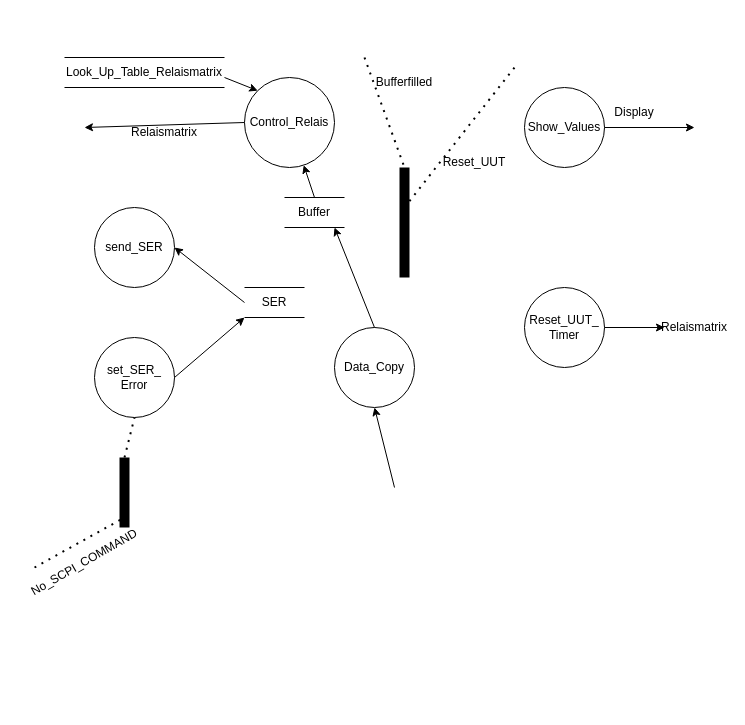
Earlier version of the draw.io diagram DatenflussDiagramm.drawio (Lostqw1/Funfun). Source tidied: cells renumbered, new cells numbered last; positions are measured from the earlier drawing's top-left corner, leaving out a move shared by most shapes. Both pictures are drawn from the tidied source at 100%, with x=0, y=0 at pixel (34, 57).
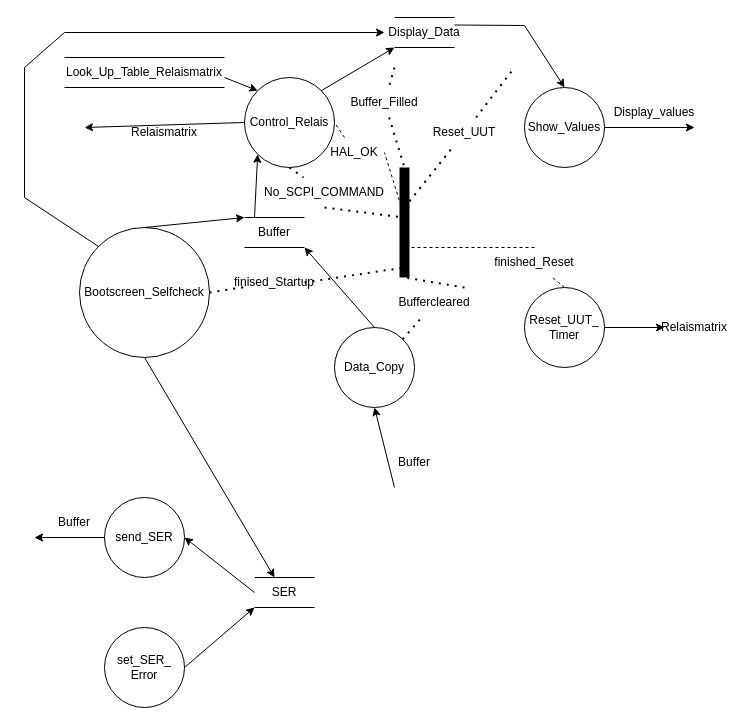
The same diagram, later.

The change refers to these unchanged cells:
```xml
<mxCell id="2" value="Control_Relais" style="ellipse;whiteSpace=wrap;html=1;" parent="1" vertex="1">
  <mxGeometry x="210" y="20" width="90" height="90" as="geometry" />
</mxCell>
<mxCell id="7" value="Show_Values" style="ellipse;whiteSpace=wrap;html=1;" parent="1" vertex="1">
  <mxGeometry x="490" y="30" width="80" height="80" as="geometry" />
</mxCell>
<mxCell id="27" value="Reset_UUT_&lt;br&gt;Timer" style="ellipse;whiteSpace=wrap;html=1;" parent="1" vertex="1">
  <mxGeometry x="490" y="230" width="80" height="80" as="geometry" />
</mxCell>
<mxCell id="33" value="Data_Copy" style="ellipse;whiteSpace=wrap;html=1;" parent="1" vertex="1">
  <mxGeometry x="300" y="270" width="80" height="80" as="geometry" />
</mxCell>
```

What changed in the source:
```diff
@@
     <mxCell id="9" value="send_SER" style="ellipse;whiteSpace=wrap;html=1;" parent="1" vertex="1">
-      <mxGeometry x="60" y="150" width="80" height="80" as="geometry" />
+      <mxGeometry x="70" y="440" width="80" height="80" as="geometry" />
     </mxCell>
     <mxCell id="10" value="SER" style="text;html=1;strokeColor=none;fillColor=none;align=center;verticalAlign=middle;whiteSpace=wrap;rounded=0;" parent="1" vertex="1">
-      <mxGeometry x="210" y="230" width="60" height="30" as="geometry" />
+      <mxGeometry x="220" y="520" width="60" height="30" as="geometry" />
     </mxCell>
@@
     <mxCell id="14" value="set_SER_&lt;br&gt;Error&lt;br&gt;" style="ellipse;whiteSpace=wrap;html=1;" parent="1" vertex="1">
-      <mxGeometry x="60" y="280" width="80" height="80" as="geometry" />
+      <mxGeometry x="70" y="570" width="80" height="80" as="geometry" />
     </mxCell>
@@
-    <mxCell id="17" style="endArrow=none;dashed=1;html=1;dashPattern=1 3;strokeWidth=2;rounded=0;" parent="1" edge="1">
+    <mxCell id="17" style="endArrow=none;dashed=1;html=1;dashPattern=1 3;strokeWidth=2;rounded=0;startArrow=none;" parent="1" edge="1" source="18">
       <mxGeometry relative="1" as="geometry">
-        <mxPoint x="330" as="sourcePoint" />
         <mxPoint x="370" y="110" as="targetPoint" />
       </mxGeometry>
     </mxCell>
-    <mxCell id="18" value="Bufferfilled" style="text;html=1;strokeColor=none;fillColor=none;align=center;verticalAlign=middle;whiteSpace=wrap;rounded=0;" parent="1" vertex="1">
-      <mxGeometry x="340" y="10" width="60" height="30" as="geometry" />
-    </mxCell>
@@
-    <mxCell id="21" style="endArrow=none;html=1;rounded=0;strokeWidth=10;" parent="1" edge="1">
-      <mxGeometry relative="1" as="geometry">
-        <mxPoint x="90" y="470" as="sourcePoint" />
-        <mxPoint x="90" y="400" as="targetPoint" />
-      </mxGeometry>
-    </mxCell>
-    <mxCell id="22" style="endArrow=none;dashed=1;html=1;dashPattern=1 3;strokeWidth=2;rounded=0;entryX=0.5;entryY=1;entryDx=0;entryDy=0;" parent="1" edge="1" target="14">
-      <mxGeometry relative="1" as="geometry">
-        <mxPoint x="90" y="400" as="sourcePoint" />
-      </mxGeometry>
-    </mxCell>
-    <mxCell id="23" style="endArrow=none;dashed=1;html=1;dashPattern=1 3;strokeWidth=2;rounded=0;" parent="1" edge="1">
+    <mxCell id="23" style="endArrow=none;dashed=1;html=1;dashPattern=1 3;strokeWidth=2;rounded=0;exitX=0.5;exitY=1;exitDx=0;exitDy=0;startArrow=none;" parent="1" edge="1" source="24">
       <mxGeometry relative="1" as="geometry">
-        <mxPoint y="510" as="sourcePoint" />
-        <mxPoint x="90" y="460" as="targetPoint" />
+        <mxPoint x="370" y="160" as="targetPoint" />
       </mxGeometry>
     </mxCell>
-    <mxCell id="24" value="No_SCPI_COMMAND" style="text;html=1;strokeColor=none;fillColor=none;align=center;verticalAlign=middle;whiteSpace=wrap;rounded=0;rotation=-30;" parent="1" vertex="1">
-      <mxGeometry x="20" y="490" width="60" height="30" as="geometry" />
-    </mxCell>
-    <mxCell id="25" style="endArrow=none;dashed=1;html=1;dashPattern=1 3;strokeWidth=2;rounded=0;" parent="1" edge="1">
+    <mxCell id="25" style="endArrow=none;dashed=1;html=1;dashPattern=1 3;strokeWidth=2;rounded=0;startArrow=none;" parent="1" edge="1" source="26">
       <mxGeometry relative="1" as="geometry">
-        <mxPoint x="370" y="150" as="sourcePoint" />
         <mxPoint x="480" y="10" as="targetPoint" />
       </mxGeometry>
     </mxCell>
-    <mxCell id="26" value="Reset_UUT" style="text;html=1;strokeColor=none;fillColor=none;align=center;verticalAlign=middle;whiteSpace=wrap;rounded=0;" parent="1" vertex="1">
-      <mxGeometry x="410" y="90" width="60" height="30" as="geometry" />
-    </mxCell>
@@
     <mxCell id="30" value="Buffer" style="text;html=1;strokeColor=none;fillColor=none;align=center;verticalAlign=middle;whiteSpace=wrap;rounded=0;" parent="1" vertex="1">
-      <mxGeometry x="250" y="140" width="60" height="30" as="geometry" />
+      <mxGeometry x="210" y="160" width="60" height="30" as="geometry" />
     </mxCell>
@@
-    <mxCell id="34" style="endArrow=classic;html=1;rounded=0;strokeWidth=1;exitX=0.5;exitY=0;exitDx=0;exitDy=0;" parent="1" edge="1" source="33">
-      <mxGeometry relative="1" as="geometry">
-        <mxPoint x="300" y="170" as="targetPoint" />
-      </mxGeometry>
+    <mxCell id="34" style="endArrow=classic;html=1;rounded=0;strokeWidth=1;exitX=0.5;exitY=0;exitDx=0;exitDy=0;entryX=1;entryY=1;entryDx=0;entryDy=0;" parent="1" edge="1" source="33" target="30">
+      <mxGeometry relative="1" as="geometry" />
     </mxCell>
@@
-    <mxCell id="36" style="endArrow=classic;html=1;rounded=0;strokeWidth=1;" parent="1" edge="1" target="2">
+    <mxCell id="36" style="endArrow=classic;html=1;rounded=0;strokeWidth=1;entryX=0;entryY=1;entryDx=0;entryDy=0;" parent="1" edge="1" target="2">
       <mxGeometry relative="1" as="geometry">
-        <mxPoint x="280" y="140" as="sourcePoint" />
+        <mxPoint x="220" y="160" as="sourcePoint" />
       </mxGeometry>
     </mxCell>
-    <mxCell id="37" value="Display" style="text;html=1;strokeColor=none;fillColor=none;align=center;verticalAlign=middle;whiteSpace=wrap;rounded=0;" parent="1" vertex="1">
-      <mxGeometry x="570" y="40" width="60" height="30" as="geometry" />
+    <mxCell id="37" value="Display_values" style="text;html=1;strokeColor=none;fillColor=none;align=center;verticalAlign=middle;whiteSpace=wrap;rounded=0;" parent="1" vertex="1">
+      <mxGeometry x="590" y="40" width="60" height="30" as="geometry" />
     </mxCell>
+    <mxCell id="38" value="Buffer" style="text;html=1;strokeColor=none;fillColor=none;align=center;verticalAlign=middle;whiteSpace=wrap;rounded=0;" parent="1" vertex="1">
+      <mxGeometry x="350" y="390" width="60" height="30" as="geometry" />
+    </mxCell>
+    <mxCell id="39" style="endArrow=classic;html=1;rounded=0;exitX=0;exitY=0.5;exitDx=0;exitDy=0;" parent="1" edge="1" source="9">
+      <mxGeometry relative="1" as="geometry">
+        <mxPoint y="480" as="targetPoint" />
+      </mxGeometry>
+    </mxCell>
+    <mxCell id="40" value="Buffer" style="text;html=1;strokeColor=none;fillColor=none;align=center;verticalAlign=middle;whiteSpace=wrap;rounded=0;" parent="1" vertex="1">
+      <mxGeometry x="10" y="450" width="60" height="30" as="geometry" />
+    </mxCell>
+    <mxCell id="41" style="endArrow=none;dashed=1;html=1;dashPattern=1 3;strokeWidth=2;rounded=0;exitX=1;exitY=0;exitDx=0;exitDy=0;startArrow=none;" parent="1" edge="1" source="47">
+      <mxGeometry relative="1" as="geometry">
+        <mxPoint x="370" y="220" as="targetPoint" />
+      </mxGeometry>
+    </mxCell>
+    <mxCell id="42" style="endArrow=none;dashed=1;html=1;rounded=0;entryX=1;entryY=0.5;entryDx=0;entryDy=0;startArrow=none;" parent="1" edge="1" source="43" target="2">
+      <mxGeometry relative="1" as="geometry" />
+    </mxCell>
+    <mxCell id="43" value="HAL_OK" style="text;html=1;strokeColor=none;fillColor=none;align=center;verticalAlign=middle;whiteSpace=wrap;rounded=0;" parent="1" vertex="1">
+      <mxGeometry x="290" y="80" width="60" height="30" as="geometry" />
+    </mxCell>
+    <mxCell id="44" style="endArrow=none;dashed=1;html=1;rounded=0;entryX=1;entryY=0.5;entryDx=0;entryDy=0;" parent="1" edge="1" target="43">
+      <mxGeometry relative="1" as="geometry">
+        <mxPoint x="370" y="160" as="sourcePoint" />
+      </mxGeometry>
+    </mxCell>
+    <mxCell id="26" value="Reset_UUT" style="text;html=1;strokeColor=none;fillColor=none;align=center;verticalAlign=middle;whiteSpace=wrap;rounded=0;" parent="1" vertex="1">
+      <mxGeometry x="400" y="60" width="60" height="30" as="geometry" />
+    </mxCell>
+    <mxCell id="45" style="endArrow=none;dashed=1;html=1;dashPattern=1 3;strokeWidth=2;rounded=0;" parent="1" edge="1" target="26">
+      <mxGeometry relative="1" as="geometry">
+        <mxPoint x="370" y="150" as="sourcePoint" />
+      </mxGeometry>
+    </mxCell>
+    <mxCell id="18" value="Buffer_Filled" style="text;html=1;strokeColor=none;fillColor=none;align=center;verticalAlign=middle;whiteSpace=wrap;rounded=0;" parent="1" vertex="1">
+      <mxGeometry x="320" y="30" width="60" height="30" as="geometry" />
+    </mxCell>
+    <mxCell id="46" style="endArrow=none;dashed=1;html=1;dashPattern=1 3;strokeWidth=2;rounded=0;" parent="1" edge="1" target="18">
+      <mxGeometry relative="1" as="geometry">
+        <mxPoint x="360" y="10" as="sourcePoint" />
+      </mxGeometry>
+    </mxCell>
+    <mxCell id="47" value="Buffercleared" style="text;html=1;strokeColor=none;fillColor=none;align=center;verticalAlign=middle;whiteSpace=wrap;rounded=0;" parent="1" vertex="1">
+      <mxGeometry x="370" y="230" width="60" height="30" as="geometry" />
+    </mxCell>
+    <mxCell id="48" style="endArrow=none;dashed=1;html=1;dashPattern=1 3;strokeWidth=2;rounded=0;exitX=1;exitY=0;exitDx=0;exitDy=0;" parent="1" edge="1" source="33" target="47">
+      <mxGeometry relative="1" as="geometry" />
+    </mxCell>
+    <mxCell id="49" style="endArrow=none;dashed=1;html=1;rounded=0;exitX=0.5;exitY=0;exitDx=0;exitDy=0;startArrow=none;" parent="1" edge="1" source="50">
+      <mxGeometry relative="1" as="geometry">
+        <mxPoint x="370" y="190" as="targetPoint" />
+      </mxGeometry>
+    </mxCell>
+    <mxCell id="50" value="finished_Reset" style="text;html=1;strokeColor=none;fillColor=none;align=center;verticalAlign=middle;whiteSpace=wrap;rounded=0;" parent="1" vertex="1">
+      <mxGeometry x="470" y="190" width="60" height="30" as="geometry" />
+    </mxCell>
+    <mxCell id="51" style="endArrow=none;dashed=1;html=1;rounded=0;exitX=0.5;exitY=0;exitDx=0;exitDy=0;" parent="1" edge="1" source="27" target="50">
+      <mxGeometry relative="1" as="geometry" />
+    </mxCell>
+    <mxCell id="52" value="Bootscreen_Selfcheck" style="ellipse;whiteSpace=wrap;html=1;" parent="1" vertex="1">
+      <mxGeometry x="45" y="170" width="130" height="130" as="geometry" />
+    </mxCell>
+    <mxCell id="53" style="endArrow=classic;html=1;rounded=0;exitX=0.5;exitY=1;exitDx=0;exitDy=0;" parent="1" edge="1" source="52">
+      <mxGeometry relative="1" as="geometry">
+        <mxPoint x="240" y="520" as="targetPoint" />
+      </mxGeometry>
+    </mxCell>
+    <mxCell id="54" style="endArrow=classic;html=1;rounded=0;entryX=0;entryY=0;entryDx=0;entryDy=0;exitX=0.5;exitY=0;exitDx=0;exitDy=0;" parent="1" edge="1" source="52" target="30">
+      <mxGeometry relative="1" as="geometry" />
+    </mxCell>
+    <mxCell id="55" style="endArrow=none;dashed=1;html=1;dashPattern=1 3;strokeWidth=2;rounded=0;exitX=1;exitY=0.5;exitDx=0;exitDy=0;startArrow=none;" parent="1" edge="1" source="56">
+      <mxGeometry relative="1" as="geometry">
+        <mxPoint x="370" y="210" as="targetPoint" />
+      </mxGeometry>
+    </mxCell>
+    <mxCell id="56" value="finised_Startup" style="text;html=1;strokeColor=none;fillColor=none;align=center;verticalAlign=middle;whiteSpace=wrap;rounded=0;" parent="1" vertex="1">
+      <mxGeometry x="210" y="210" width="60" height="30" as="geometry" />
+    </mxCell>
+    <mxCell id="57" style="endArrow=none;dashed=1;html=1;dashPattern=1 3;strokeWidth=2;rounded=0;exitX=1;exitY=0.5;exitDx=0;exitDy=0;" parent="1" edge="1" source="52" target="56">
+      <mxGeometry relative="1" as="geometry" />
+    </mxCell>
+    <mxCell id="24" value="No_SCPI_COMMAND" style="text;html=1;strokeColor=none;fillColor=none;align=center;verticalAlign=middle;whiteSpace=wrap;rounded=0;rotation=0;" parent="1" vertex="1">
+      <mxGeometry x="260" y="120" width="60" height="30" as="geometry" />
+    </mxCell>
+    <mxCell id="58" style="endArrow=none;dashed=1;html=1;dashPattern=1 3;strokeWidth=2;rounded=0;exitX=0.5;exitY=1;exitDx=0;exitDy=0;" parent="1" edge="1" source="2" target="24">
+      <mxGeometry relative="1" as="geometry" />
+    </mxCell>
+    <mxCell id="59" value="Display_Data" style="text;html=1;strokeColor=none;fillColor=none;align=center;verticalAlign=middle;whiteSpace=wrap;rounded=0;" parent="1" vertex="1">
+      <mxGeometry x="360" y="-40" width="60" height="30" as="geometry" />
+    </mxCell>
+    <mxCell id="60" style="endArrow=none;html=1;rounded=0;entryX=0;entryY=1;entryDx=0;entryDy=0;exitX=1;exitY=1;exitDx=0;exitDy=0;" parent="1" edge="1" source="59" target="59">
+      <mxGeometry relative="1" as="geometry" />
+    </mxCell>
+    <mxCell id="61" style="endArrow=none;html=1;rounded=0;entryX=0;entryY=0;entryDx=0;entryDy=0;exitX=1;exitY=0;exitDx=0;exitDy=0;" parent="1" edge="1" source="59" target="59">
+      <mxGeometry relative="1" as="geometry" />
+    </mxCell>
+    <mxCell id="62" style="endArrow=classic;html=1;rounded=0;exitX=0;exitY=0;exitDx=0;exitDy=0;" parent="1" edge="1" source="52">
+      <mxGeometry relative="1" as="geometry">
+        <mxPoint x="350" y="-25" as="targetPoint" />
+        <Array as="points">
+          <mxPoint x="-10" y="140" />
+          <mxPoint x="-10" y="10" />
+          <mxPoint x="30" y="-25" />
+        </Array>
+      </mxGeometry>
+    </mxCell>
+    <mxCell id="63" style="endArrow=classic;html=1;rounded=0;entryX=0;entryY=1;entryDx=0;entryDy=0;exitX=1;exitY=0;exitDx=0;exitDy=0;" parent="1" edge="1" source="2" target="59">
+      <mxGeometry relative="1" as="geometry" />
+    </mxCell>
+    <mxCell id="64" style="endArrow=classic;html=1;rounded=0;entryX=0.5;entryY=0;entryDx=0;entryDy=0;exitX=1;exitY=0.25;exitDx=0;exitDy=0;" parent="1" edge="1" source="59" target="7">
+      <mxGeometry relative="1" as="geometry">
+        <Array as="points">
+          <mxPoint x="490" y="-32" />
+        </Array>
+      </mxGeometry>
+    </mxCell>
```
